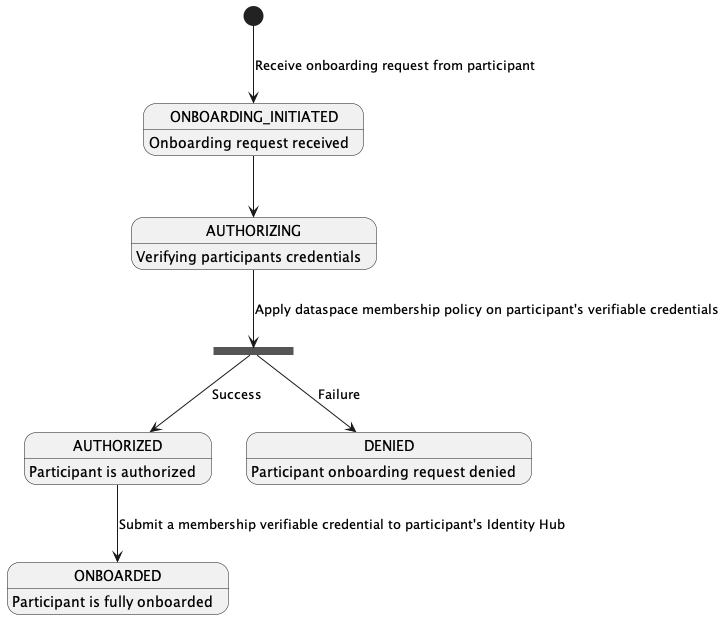
agera-edc/RegistrationService keeps this PlantUML diagram as docs/developer/decision-records/2022-08-02-participant-status/participant-status.png. Above is the earlier version. The source it was exported from:
```plantuml
@startuml
ONBOARDING_INITIATED: Onboarding request received
AUTHORIZING: Verifying participants credentials
AUTHORIZED: Participant is authorized
ONBOARDED: Participant is fully onboarded
DENIED: Participant onboarding request denied

state authorization_result <<fork>>

[*] --> ONBOARDING_INITIATED: Receive onboarding request from participant
ONBOARDING_INITIATED --> AUTHORIZING
AUTHORIZING --> authorization_result: Apply dataspace membership policy on participant's verifiable credentials
authorization_result --> AUTHORIZED: Success
authorization_result --> DENIED: Failure
AUTHORIZED --> ONBOARDED: Submit a membership verifiable credential to participant's Identity Hub
@enduml
```
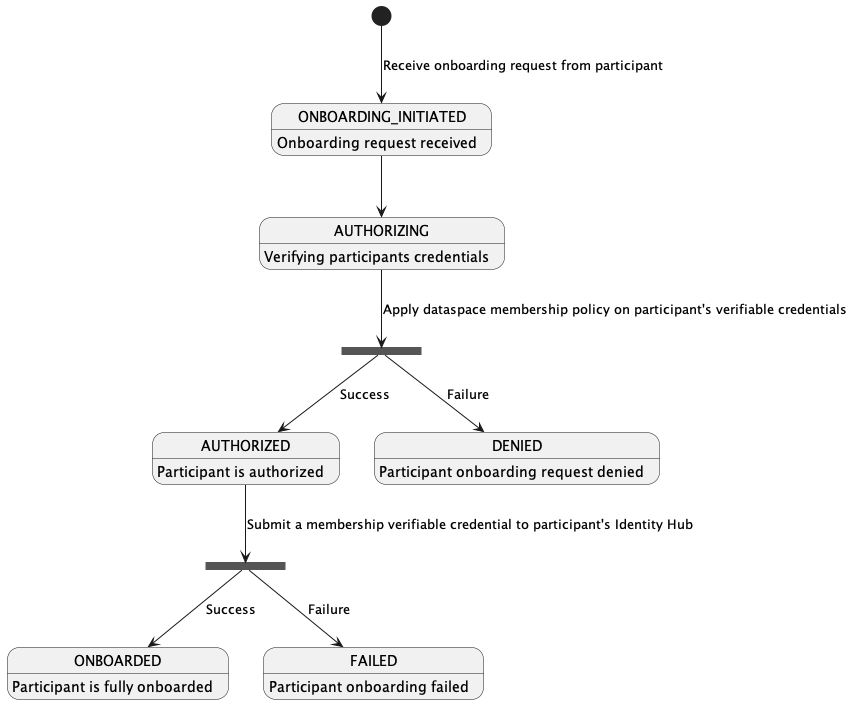
The same diagram one commit later.

Diff of the diagram source:
```diff
@@ -4,13 +4,17 @@
 AUTHORIZED: Participant is authorized
 ONBOARDED: Participant is fully onboarded
 DENIED: Participant onboarding request denied
+FAILED: Participant onboarding failed
 
 state authorization_result <<fork>>
+state submission_result <<fork>>
 
 [*] --> ONBOARDING_INITIATED: Receive onboarding request from participant
 ONBOARDING_INITIATED --> AUTHORIZING
 AUTHORIZING --> authorization_result: Apply dataspace membership policy on participant's verifiable credentials
 authorization_result --> AUTHORIZED: Success
 authorization_result --> DENIED: Failure
-AUTHORIZED --> ONBOARDED: Submit a membership verifiable credential to participant's Identity Hub
+AUTHORIZED --> submission_result: Submit a membership verifiable credential to participant's Identity Hub
+submission_result --> ONBOARDED: Success
+submission_result --> FAILED: Failure
 @enduml
```
